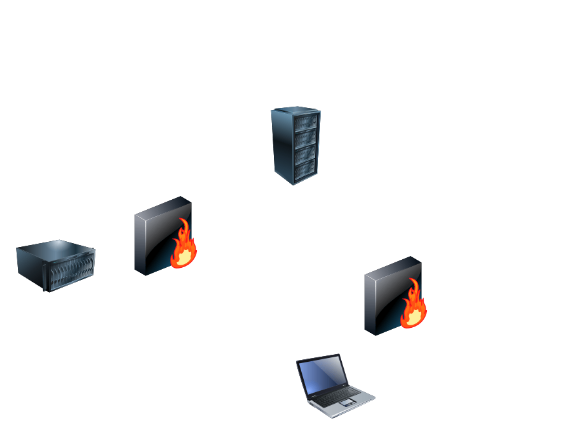
Earlier version of the draw.io diagram 0x11-what_happens_when_your_type_google_com_in_your_browser_and_press_enter/Untitled Diagram.drawio (getdaniel/alx-system_engineering-devops). Source tidied: cells renumbered, new cells numbered last; positions are measured from the earlier drawing's top-left corner, leaving out a move shared by most shapes. Both pictures are drawn from the tidied source at 100%, with x=0, y=0 at pixel (16, 106).
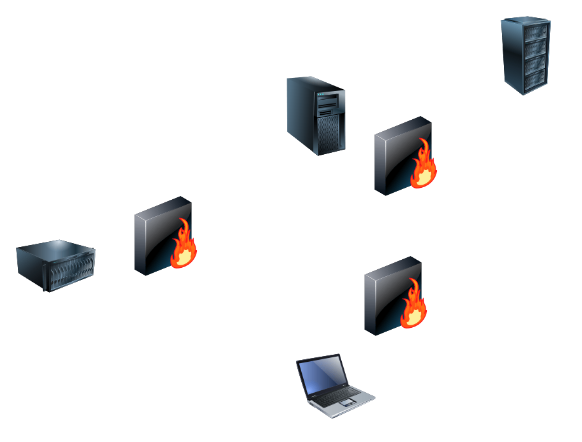
The same diagram, later.

The edit, as a diff of the source:
```diff
@@
 <mxGraphModel>
   <root>
     <mxCell id="0" />
     <mxCell id="1" parent="0" />
     <mxCell id="2" style="image;html=1;image=img/lib/clip_art/computers/Laptop_128x128.png;" parent="1" vertex="1">
       <mxGeometry x="280" y="240" width="80" height="80" as="geometry" />
     </mxCell>
     <mxCell id="3" style="image;html=1;image=img/lib/clip_art/computers/Server_128x128.png;" parent="1" vertex="1">
       <mxGeometry y="120" width="80" height="80" as="geometry" />
     </mxCell>
     <mxCell id="4" style="image;html=1;image=img/lib/clip_art/networking/Firewall-page1_128x128.png;" parent="1" vertex="1">
       <mxGeometry x="340" y="150" width="80" height="80" as="geometry" />
     </mxCell>
     <mxCell id="5" style="image;html=1;image=img/lib/clip_art/networking/Firewall-page1_128x128.png;" parent="1" vertex="1">
       <mxGeometry x="110" y="90" width="80" height="80" as="geometry" />
     </mxCell>
-    <mxCell id="6" style="image;html=1;image=img/lib/clip_art/computers/Server_Rack_128x128.png;" parent="1" vertex="1">
-      <mxGeometry x="240" width="80" height="80" as="geometry" />
-    </mxCell>
+    <mxCell id="7" style="image;html=1;image=img/lib/clip_art/computers/Server_Rack_128x128.png;" parent="1" vertex="1">
+      <mxGeometry x="470" y="-90" width="80" height="80" as="geometry" />
+    </mxCell>
+    <mxCell id="8" style="image;html=1;image=img/lib/clip_art/computers/Server_Tower_128x128.png;" parent="1" vertex="1">
+      <mxGeometry x="260" y="-30" width="80" height="80" as="geometry" />
+    </mxCell>
+    <mxCell id="9" style="image;html=1;image=img/lib/clip_art/networking/Firewall-page1_128x128.png;" parent="1" vertex="1">
+      <mxGeometry x="350" y="10" width="80" height="80" as="geometry" />
+    </mxCell>
   </root>
 </mxGraphModel>
```
